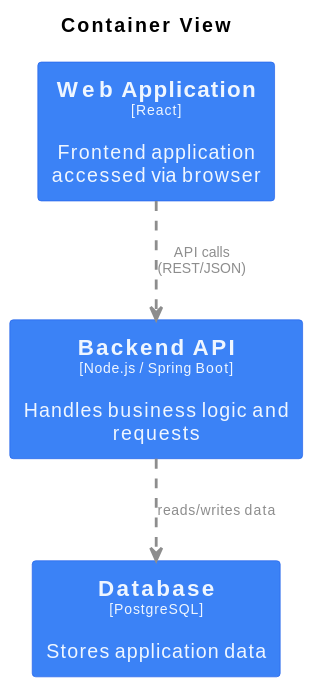
The PlantUML diagram doc/deliverables/C4/containers.svg in SWD-ARCH-Group-Team-22/project, before a commit.
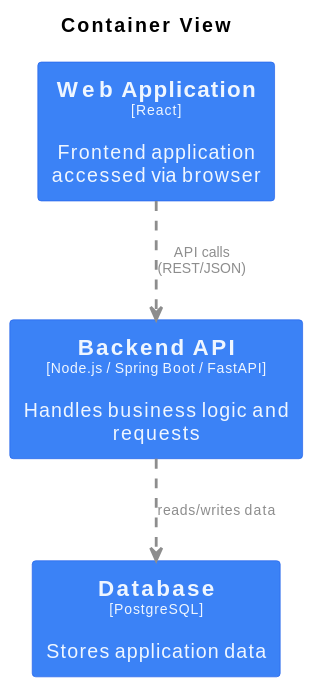
After the change.

Commit message:
docs: automatic export of diagrams (SVG & PDF via PlantUML)

Change to the diagram source:
```diff
@@ -29,7 +29,7 @@
   BorderColor #2563eb
 }
 rectangle "==Web Application\n<size:10>[React]</size>\n\nFrontend application accessed via browser" <<SoftwareSystemWebApp>> as SoftwareSystemWebApp
-rectangle "==Backend API\n<size:10>[Node.js / Spring Boot]</size>\n\nHandles business logic and requests" <<SoftwareSystemApi>> as SoftwareSystemApi
+rectangle "==Backend API\n<size:10>[Node.js / Spring Boot / FastAPI]</size>\n\nHandles business logic and requests" <<SoftwareSystemApi>> as SoftwareSystemApi
 rectangle "==Database\n<size:10>[PostgreSQL]</size>\n\nStores application data" <<SoftwareSystemDatabase>> as SoftwareSystemDatabase
 
 SoftwareSystemWebApp .[#8D8D8D,thickness=2].> SoftwareSystemApi : <color:#8D8D8D>API calls (REST/JSON)
```
